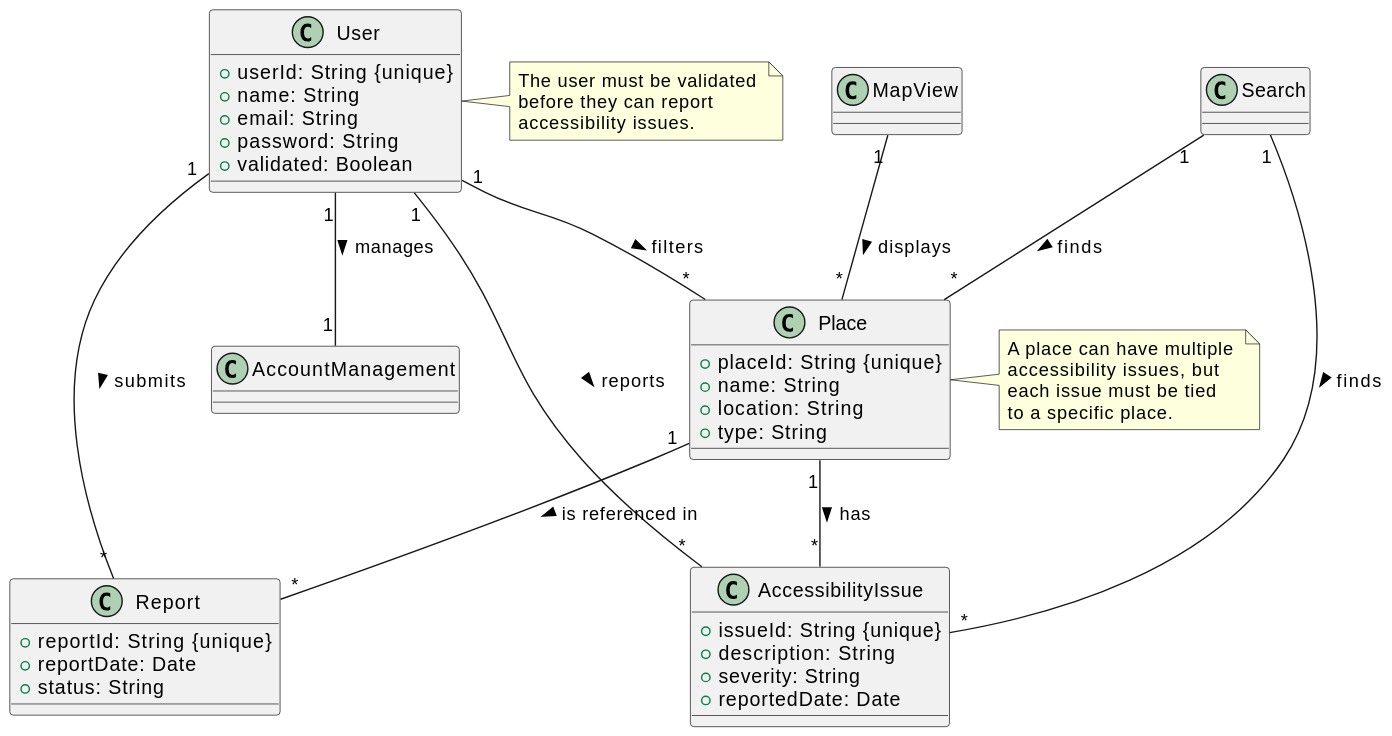
simaopsbarbosa/Inclui keeps this PlantUML diagram as docs/images/domainModel/domainModel.svg. Above is the earlier version.
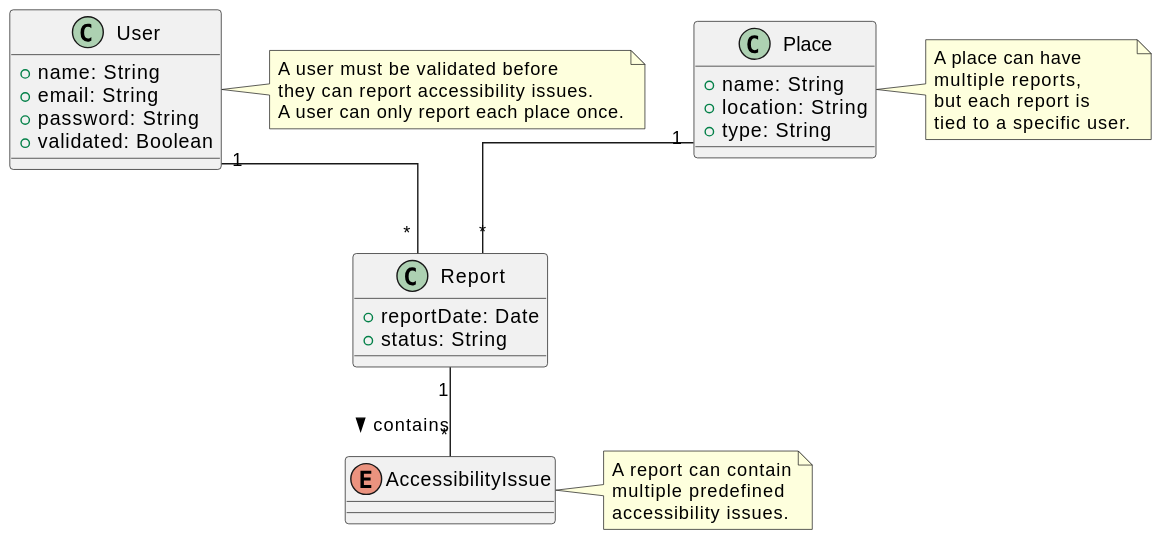
Later version of the same file.

Diff of the diagram source:
```diff
@@ -1,6 +1,8 @@
 @startuml
+skinparam linetype polyline
+skinparam linetype ortho
+
 class User {
-    +userId: String {unique}
     +name: String
     +email: String
     +password: String
@@ -8,56 +10,40 @@
 }
 
 class Place {
-    +placeId: String {unique}
     +name: String
     +location: String
     +type: String
 }
 
-class AccessibilityIssue {
-    +issueId: String {unique}
-    +description: String
-    +severity: String
-    +reportedDate: Date
+enum AccessibilityIssue {
 }
 
 class Report {
-    +reportId: String {unique}
     +reportDate: Date
     +status: String
 }
 
-class MapView {
-}
+User "1" -- "*" Report
+Place "1" -- "*" Report
 
-class Search {
-}
-
-class AccountManagement {
-}
-
-User "1" -- "*" Report : submits >
-User "1" -- "*" AccessibilityIssue : reports >
-User "1" -- "*" Place : filters >
-User "1" -- "1" AccountManagement : manages >
-
-Place "1" -- "*" AccessibilityIssue : has >
-Place "1" -- "*" Report : is referenced in >
-
-MapView "1" -- "*" Place : displays >
-Search "1" -- "*" Place : finds >
-Search "1" -- "*" AccessibilityIssue : finds >
+Report "1" -- "*" AccessibilityIssue : contains >
 
 note right of User
-The user must be validated
-before they can report
-accessibility issues.
+A user must be validated before
+they can report accessibility issues.
+A user can only report each place once.
 end note
 
 note right of Place
-A place can have multiple
-accessibility issues, but
-each issue must be tied
-to a specific place.
+A place can have
+multiple reports,
+but each report is
+tied to a specific user.
+end note
+
+note right of AccessibilityIssue
+A report can contain
+multiple predefined
+accessibility issues.
 end note
 @enduml
```
